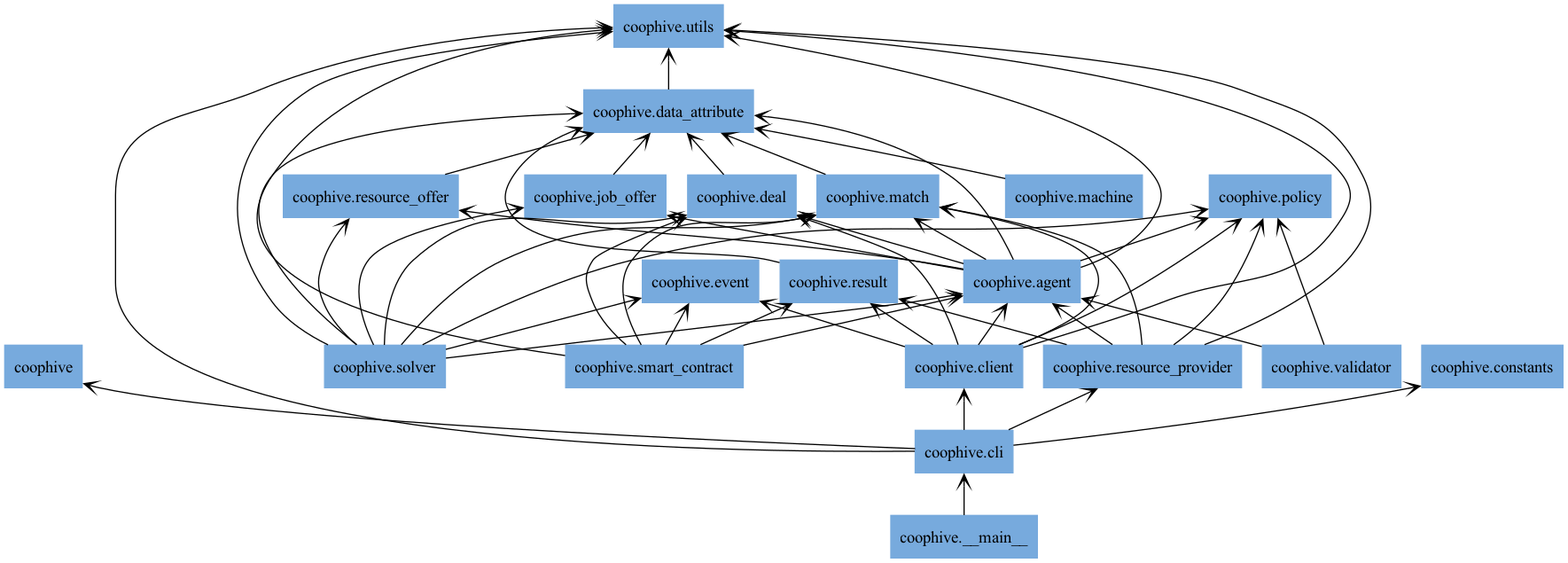
CoopHive/Apiary keeps this Graphviz diagram as docs/img/packages_coophive.png. Above is the earlier version. Its source is kept beside it as docs/img/packages_coophive.dot.
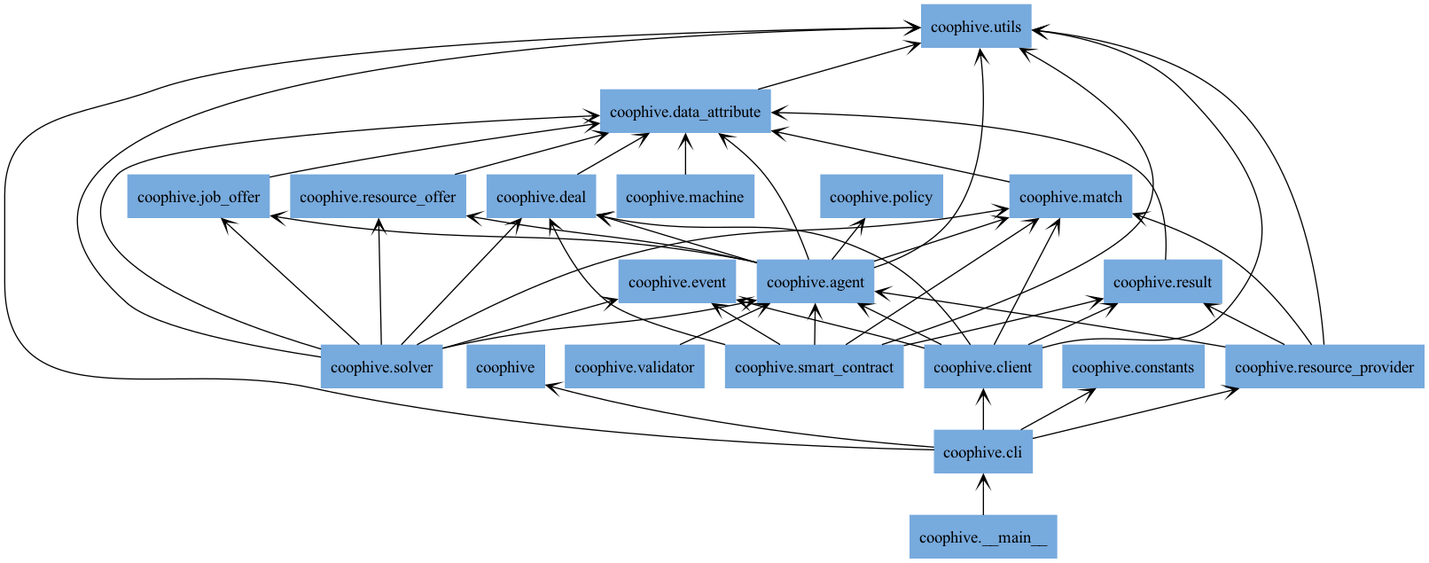
Later version of the same file.

Change to the diagram source:
```diff
@@ -38,7 +38,6 @@
 "coophive.client" -> "coophive.deal" [arrowhead="open", arrowtail="none"];
 "coophive.client" -> "coophive.event" [arrowhead="open", arrowtail="none"];
 "coophive.client" -> "coophive.match" [arrowhead="open", arrowtail="none"];
-"coophive.client" -> "coophive.policy" [arrowhead="open", arrowtail="none"];
 "coophive.client" -> "coophive.result" [arrowhead="open", arrowtail="none"];
 "coophive.client" -> "coophive.utils" [arrowhead="open", arrowtail="none"];
 "coophive.data_attribute" -> "coophive.utils" [arrowhead="open", arrowtail="none"];
@@ -49,7 +48,6 @@
 "coophive.resource_offer" -> "coophive.data_attribute" [arrowhead="open", arrowtail="none"];
 "coophive.resource_provider" -> "coophive.agent" [arrowhead="open", arrowtail="none"];
 "coophive.resource_provider" -> "coophive.match" [arrowhead="open", arrowtail="none"];
-"coophive.resource_provider" -> "coophive.policy" [arrowhead="open", arrowtail="none"];
 "coophive.resource_provider" -> "coophive.result" [arrowhead="open", arrowtail="none"];
 "coophive.resource_provider" -> "coophive.utils" [arrowhead="open", arrowtail="none"];
 "coophive.result" -> "coophive.data_attribute" [arrowhead="open", arrowtail="none"];
@@ -65,9 +63,7 @@
 "coophive.solver" -> "coophive.event" [arrowhead="open", arrowtail="none"];
 "coophive.solver" -> "coophive.job_offer" [arrowhead="open", arrowtail="none"];
 "coophive.solver" -> "coophive.match" [arrowhead="open", arrowtail="none"];
-"coophive.solver" -> "coophive.policy" [arrowhead="open", arrowtail="none"];
 "coophive.solver" -> "coophive.resource_offer" [arrowhead="open", arrowtail="none"];
 "coophive.solver" -> "coophive.utils" [arrowhead="open", arrowtail="none"];
 "coophive.validator" -> "coophive.agent" [arrowhead="open", arrowtail="none"];
-"coophive.validator" -> "coophive.policy" [arrowhead="open", arrowtail="none"];
 }
```
